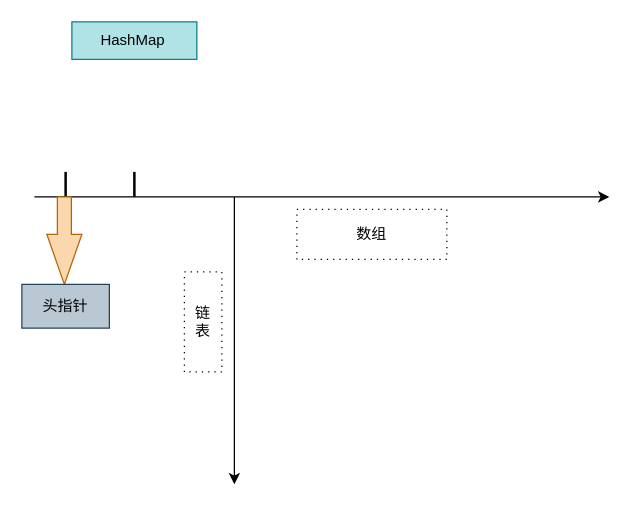
Above: JUC/remove_底层.drawio in Wangdewei1/draw (draw.io), before the change. Source tidied: cells renumbered, new cells numbered last; positions are measured from the earlier drawing's top-left corner, leaving out a move shared by most shapes. Both pictures are drawn from the tidied source at 125%, with x=0, y=0 at pixel (21, 21).
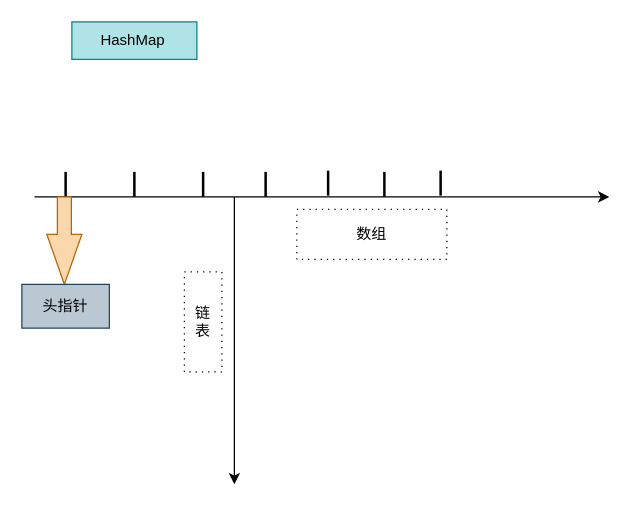
The same page after the edit.

Change to the diagram source:
```diff
@@
 <mxGraphModel>
   <root>
     <mxCell id="0" />
     <mxCell id="1" parent="0" />
     <mxCell id="2" style="endArrow=classic;html=1;rounded=0;" parent="1" edge="1">
       <mxGeometry relative="1" as="geometry">
         <mxPoint x="10" y="140" as="sourcePoint" />
         <mxPoint x="470" y="140" as="targetPoint" />
       </mxGeometry>
     </mxCell>
     <mxCell id="3" style="line;strokeWidth=2;direction=south;html=1;" parent="1" vertex="1">
       <mxGeometry x="30" y="120" width="10" height="20" as="geometry" />
     </mxCell>
     <mxCell id="4" value="数组" style="rounded=0;whiteSpace=wrap;html=1;dashed=1;dashPattern=1 4;" parent="1" vertex="1">
       <mxGeometry x="220" y="150" width="120" height="40" as="geometry" />
     </mxCell>
     <mxCell id="5" value="HashMap&lt;span style=&quot;white-space: pre;&quot;&gt;&#9;&lt;/span&gt;" style="rounded=0;whiteSpace=wrap;html=1;fillColor=#b0e3e6;strokeColor=#0e8088;" parent="1" vertex="1">
       <mxGeometry x="40" width="100" height="30" as="geometry" />
     </mxCell>
     <mxCell id="6" style="endArrow=classic;html=1;rounded=0;" parent="1" edge="1">
       <mxGeometry relative="1" as="geometry">
         <mxPoint x="170" y="140" as="sourcePoint" />
         <mxPoint x="170" y="370" as="targetPoint" />
       </mxGeometry>
     </mxCell>
     <mxCell id="7" value="&lt;div&gt;链&lt;/div&gt;&lt;div&gt;表&lt;br&gt;&lt;/div&gt;" style="rounded=0;whiteSpace=wrap;html=1;dashed=1;dashPattern=1 4;" parent="1" vertex="1">
       <mxGeometry x="130" y="200" width="30" height="80" as="geometry" />
     </mxCell>
     <mxCell id="8" style="line;strokeWidth=2;direction=south;html=1;" parent="1" vertex="1">
       <mxGeometry x="85" y="120" width="10" height="20" as="geometry" />
     </mxCell>
     <mxCell id="9" style="html=1;shadow=0;dashed=0;align=center;verticalAlign=middle;shape=mxgraph.arrows2.arrow;dy=0.6;dx=40;direction=south;notch=0;fillColor=#fad7ac;strokeColor=#b46504;" parent="1" vertex="1">
       <mxGeometry x="20" y="140" width="28" height="70" as="geometry" />
     </mxCell>
     <mxCell id="10" value="头指针" style="rounded=0;whiteSpace=wrap;html=1;fillColor=#bac8d3;strokeColor=#23445d;" parent="1" vertex="1">
       <mxGeometry y="210" width="70" height="35" as="geometry" />
     </mxCell>
+    <mxCell id="11" style="line;strokeWidth=2;direction=south;html=1;" parent="1" vertex="1">
+      <mxGeometry x="140" y="120" width="10" height="20" as="geometry" />
+    </mxCell>
+    <mxCell id="12" style="line;strokeWidth=2;direction=south;html=1;" parent="1" vertex="1">
+      <mxGeometry x="190" y="120" width="10" height="20" as="geometry" />
+    </mxCell>
+    <mxCell id="13" style="line;strokeWidth=2;direction=south;html=1;" parent="1" vertex="1">
+      <mxGeometry x="240" y="119" width="10" height="20" as="geometry" />
+    </mxCell>
+    <mxCell id="14" style="line;strokeWidth=2;direction=south;html=1;" parent="1" vertex="1">
+      <mxGeometry x="285" y="120" width="10" height="20" as="geometry" />
+    </mxCell>
+    <mxCell id="15" style="line;strokeWidth=2;direction=south;html=1;" parent="1" vertex="1">
+      <mxGeometry x="330" y="119" width="10" height="20" as="geometry" />
+    </mxCell>
   </root>
 </mxGraphModel>
```
